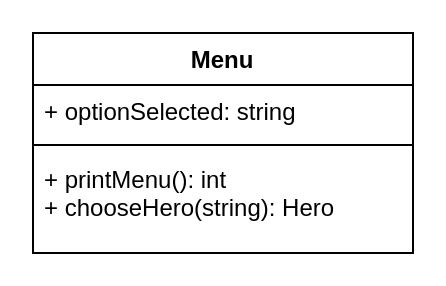
The draw.io diagram diagrams/Menu.drawio in wtvamp/DarkGame, before the edit. Source tidied: cells renumbered, new cells numbered last; positions are measured from the earlier drawing's top-left corner, leaving out a move shared by most shapes. Both pictures are drawn from the tidied source at 200%, with x=0, y=0 at pixel (32, 32).
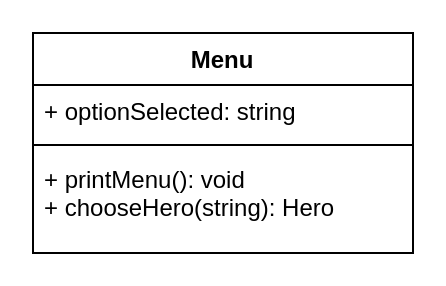
The same diagram, later.

Commit message (it also covers changes not shown here):
added menu still broke tho

The edit, as a diff of the source:
```diff
@@
 <mxGraphModel>
   <root>
     <mxCell id="0" />
     <mxCell id="1" parent="0" />
     <mxCell id="2" value="Menu" style="swimlane;fontStyle=1;align=center;verticalAlign=top;horizontal=1;startSize=26;" parent="1" vertex="1">
       <mxGeometry width="190" height="110" as="geometry" />
     </mxCell>
     <mxCell id="3" value="+ optionSelected: string&#10;" style="text;strokeColor=none;fillColor=none;align=left;verticalAlign=top;spacingLeft=4;spacingRight=4;overflow=hidden;" parent="2" vertex="1">
       <mxGeometry y="26" width="190" height="26" as="geometry" />
     </mxCell>
     <mxCell id="4" style="line;strokeWidth=1;fillColor=none;align=left;verticalAlign=middle;spacingTop=-1;spacingLeft=3;spacingRight=3;labelPosition=right;" parent="2" vertex="1">
       <mxGeometry y="52" width="190" height="8" as="geometry" />
     </mxCell>
-    <mxCell id="5" value="+ printMenu(): int&#10;+ chooseHero(string): Hero" style="text;strokeColor=none;fillColor=none;align=left;verticalAlign=top;spacingLeft=4;spacingRight=4;overflow=hidden;" parent="2" vertex="1">
+    <mxCell id="5" value="+ printMenu(): void&#10;+ chooseHero(string): Hero" style="text;strokeColor=none;fillColor=none;align=left;verticalAlign=top;spacingLeft=4;spacingRight=4;overflow=hidden;" parent="2" vertex="1">
       <mxGeometry y="60" width="190" height="50" as="geometry" />
     </mxCell>
   </root>
 </mxGraphModel>
```
